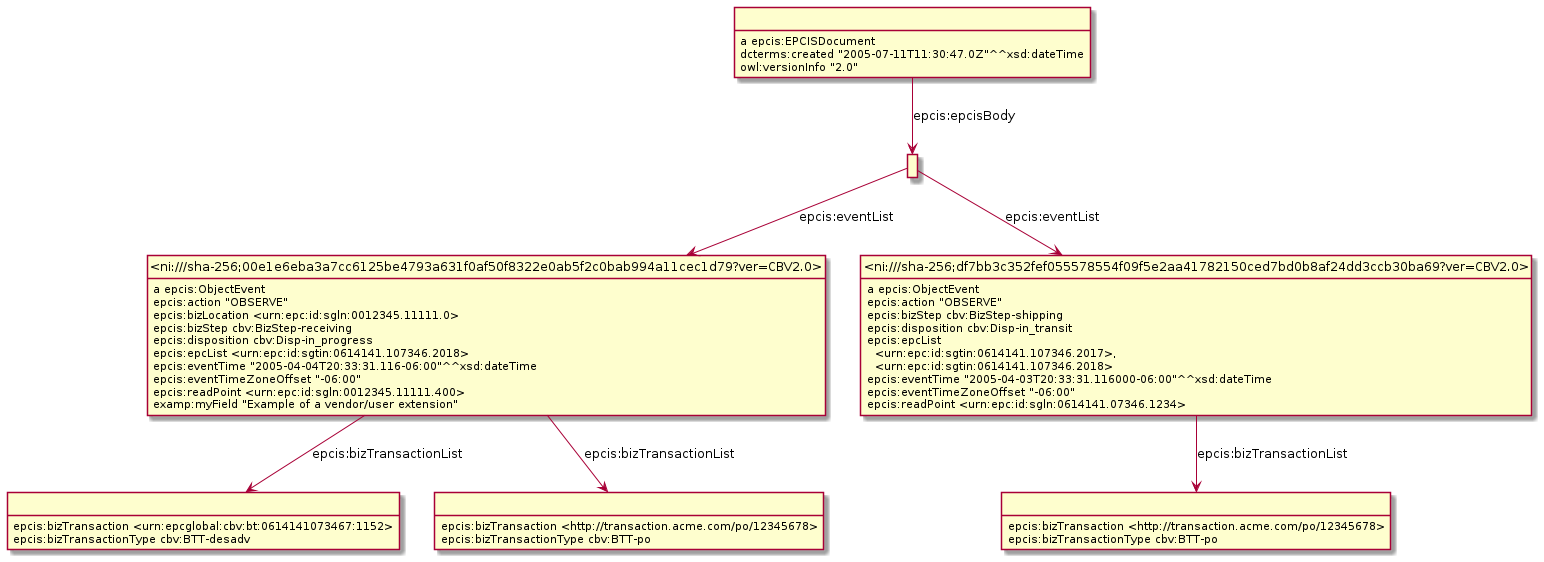
Earlier version of the PlantUML export Diagrams/Example_9.6.1-ObjectEvent.png (gs1/EPCIS).
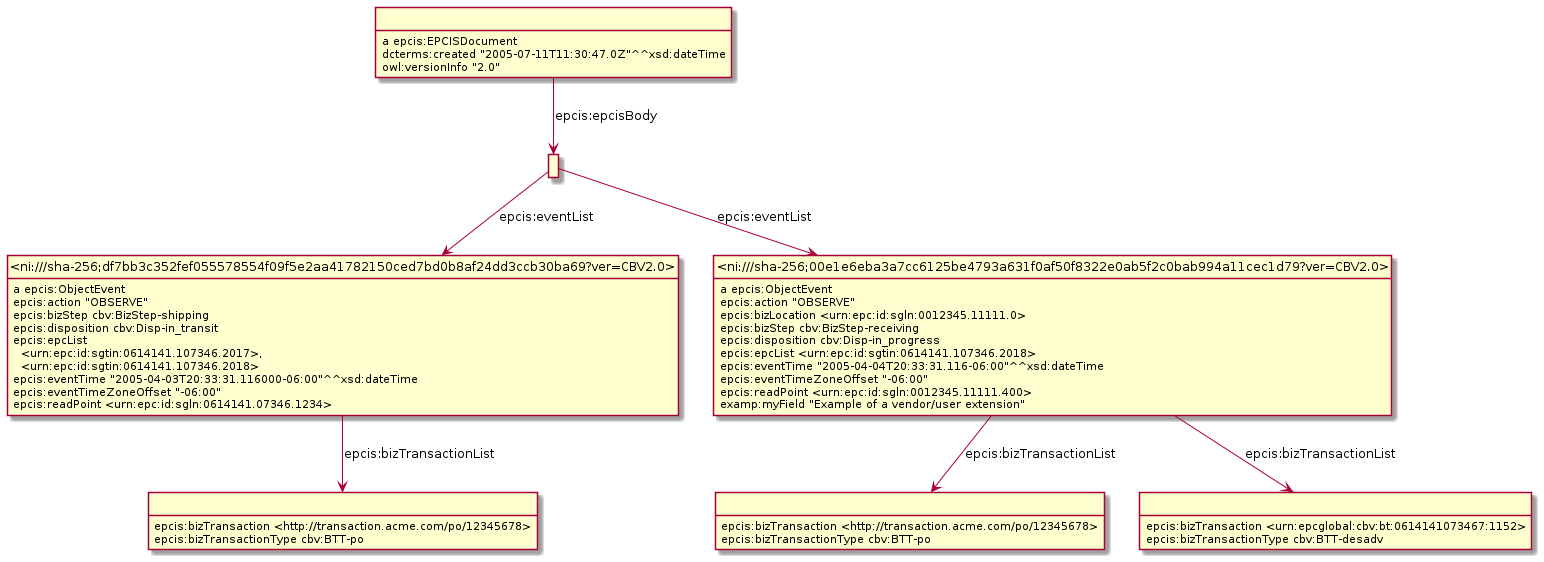
After the commit.

Change to the diagram source:
```diff
@@ -3,23 +3,21 @@
 hide empty attributes
 hide circle
 skinparam classAttributeIconSize 0
-class _r1631887498r0_ as " "
-_r1631887498r0_ : a epcis:EPCISDocument
-class _r1631887498r1_ as " "
-_r1631887498r0_ -down-> _r1631887498r1_ : epcis:epcisBody
-_r1631887498r0_ : dcterms:created "2005-07-11T11:30:47.0Z"^^xsd:dateTime
-_r1631887498r0_ : owl:versionInfo "2.0"
-class _r1631887498r2_ as " "
-_r1631887498r2_ : epcis:bizTransaction <urn:epcglobal:cbv:bt:0614141073467:1152>
-_r1631887498r2_ : epcis:bizTransactionType cbv:BTT-desadv
-class _r1631887498r4_ as " "
-_r1631887498r4_ : epcis:bizTransaction <http://transaction.acme.com/po/12345678>
-_r1631887498r4_ : epcis:bizTransactionType cbv:BTT-po
+class _r1631889684r1_ as " "
+class _ni_sha_256_df7bb3c352fef055578554f09f5e2aa41782150ced7bd0b8af24dd3ccb30ba69_ver_CBV2_0_ as "<ni:///sha-256;df7bb3c352fef055578554f09f5e2aa41782150ced7bd0b8af24dd3ccb30ba69?ver=CBV2.0>"
+_r1631889684r1_ -down-> _ni_sha_256_df7bb3c352fef055578554f09f5e2aa41782150ced7bd0b8af24dd3ccb30ba69_ver_CBV2_0_ : epcis:eventList
 class _ni_sha_256_00e1e6eba3a7cc6125be4793a631f0af50f8322e0ab5f2c0bab994a11cec1d79_ver_CBV2_0_ as "<ni:///sha-256;00e1e6eba3a7cc6125be4793a631f0af50f8322e0ab5f2c0bab994a11cec1d79?ver=CBV2.0>"
+_r1631889684r1_ -down-> _ni_sha_256_00e1e6eba3a7cc6125be4793a631f0af50f8322e0ab5f2c0bab994a11cec1d79_ver_CBV2_0_ : epcis:eventList
+class _r1631889684r0_ as " "
+_r1631889684r0_ : a epcis:EPCISDocument
+_r1631889684r0_ -down-> _r1631889684r1_ : epcis:epcisBody
+_r1631889684r0_ : dcterms:created "2005-07-11T11:30:47.0Z"^^xsd:dateTime
+_r1631889684r0_ : owl:versionInfo "2.0"
 _ni_sha_256_00e1e6eba3a7cc6125be4793a631f0af50f8322e0ab5f2c0bab994a11cec1d79_ver_CBV2_0_ : a epcis:ObjectEvent
-class _r1631887498r3_ as " "
-_ni_sha_256_00e1e6eba3a7cc6125be4793a631f0af50f8322e0ab5f2c0bab994a11cec1d79_ver_CBV2_0_ -down-> _r1631887498r3_ : epcis:bizTransactionList
-_ni_sha_256_00e1e6eba3a7cc6125be4793a631f0af50f8322e0ab5f2c0bab994a11cec1d79_ver_CBV2_0_ -down-> _r1631887498r2_ : epcis:bizTransactionList
+class _r1631889684r3_ as " "
+_ni_sha_256_00e1e6eba3a7cc6125be4793a631f0af50f8322e0ab5f2c0bab994a11cec1d79_ver_CBV2_0_ -down-> _r1631889684r3_ : epcis:bizTransactionList
+class _r1631889684r2_ as " "
+_ni_sha_256_00e1e6eba3a7cc6125be4793a631f0af50f8322e0ab5f2c0bab994a11cec1d79_ver_CBV2_0_ -down-> _r1631889684r2_ : epcis:bizTransactionList
 _ni_sha_256_00e1e6eba3a7cc6125be4793a631f0af50f8322e0ab5f2c0bab994a11cec1d79_ver_CBV2_0_ : epcis:action "OBSERVE"
 _ni_sha_256_00e1e6eba3a7cc6125be4793a631f0af50f8322e0ab5f2c0bab994a11cec1d79_ver_CBV2_0_ : epcis:bizLocation <urn:epc:id:sgln:0012345.11111.0>
 _ni_sha_256_00e1e6eba3a7cc6125be4793a631f0af50f8322e0ab5f2c0bab994a11cec1d79_ver_CBV2_0_ : epcis:bizStep cbv:BizStep-receiving
@@ -29,9 +27,11 @@
 _ni_sha_256_00e1e6eba3a7cc6125be4793a631f0af50f8322e0ab5f2c0bab994a11cec1d79_ver_CBV2_0_ : epcis:eventTimeZoneOffset "-06:00"
 _ni_sha_256_00e1e6eba3a7cc6125be4793a631f0af50f8322e0ab5f2c0bab994a11cec1d79_ver_CBV2_0_ : epcis:readPoint <urn:epc:id:sgln:0012345.11111.400>
 _ni_sha_256_00e1e6eba3a7cc6125be4793a631f0af50f8322e0ab5f2c0bab994a11cec1d79_ver_CBV2_0_ : examp:myField "Example of a vendor/user extension"
-class _ni_sha_256_df7bb3c352fef055578554f09f5e2aa41782150ced7bd0b8af24dd3ccb30ba69_ver_CBV2_0_ as "<ni:///sha-256;df7bb3c352fef055578554f09f5e2aa41782150ced7bd0b8af24dd3ccb30ba69?ver=CBV2.0>"
+_r1631889684r3_ : epcis:bizTransaction <http://transaction.acme.com/po/12345678>
+_r1631889684r3_ : epcis:bizTransactionType cbv:BTT-po
 _ni_sha_256_df7bb3c352fef055578554f09f5e2aa41782150ced7bd0b8af24dd3ccb30ba69_ver_CBV2_0_ : a epcis:ObjectEvent
-_ni_sha_256_df7bb3c352fef055578554f09f5e2aa41782150ced7bd0b8af24dd3ccb30ba69_ver_CBV2_0_ -down-> _r1631887498r4_ : epcis:bizTransactionList
+class _r1631889684r4_ as " "
+_ni_sha_256_df7bb3c352fef055578554f09f5e2aa41782150ced7bd0b8af24dd3ccb30ba69_ver_CBV2_0_ -down-> _r1631889684r4_ : epcis:bizTransactionList
 _ni_sha_256_df7bb3c352fef055578554f09f5e2aa41782150ced7bd0b8af24dd3ccb30ba69_ver_CBV2_0_ : epcis:action "OBSERVE"
 _ni_sha_256_df7bb3c352fef055578554f09f5e2aa41782150ced7bd0b8af24dd3ccb30ba69_ver_CBV2_0_ : epcis:bizStep cbv:BizStep-shipping
 _ni_sha_256_df7bb3c352fef055578554f09f5e2aa41782150ced7bd0b8af24dd3ccb30ba69_ver_CBV2_0_ : epcis:disposition cbv:Disp-in_transit
@@ -39,8 +39,8 @@
 _ni_sha_256_df7bb3c352fef055578554f09f5e2aa41782150ced7bd0b8af24dd3ccb30ba69_ver_CBV2_0_ : epcis:eventTime "2005-04-03T20:33:31.116000-06:00"^^xsd:dateTime
 _ni_sha_256_df7bb3c352fef055578554f09f5e2aa41782150ced7bd0b8af24dd3ccb30ba69_ver_CBV2_0_ : epcis:eventTimeZoneOffset "-06:00"
 _ni_sha_256_df7bb3c352fef055578554f09f5e2aa41782150ced7bd0b8af24dd3ccb30ba69_ver_CBV2_0_ : epcis:readPoint <urn:epc:id:sgln:0614141.07346.1234>
-_r1631887498r3_ : epcis:bizTransaction <http://transaction.acme.com/po/12345678>
-_r1631887498r3_ : epcis:bizTransactionType cbv:BTT-po
-_r1631887498r1_ -down-> _ni_sha_256_00e1e6eba3a7cc6125be4793a631f0af50f8322e0ab5f2c0bab994a11cec1d79_ver_CBV2_0_ : epcis:eventList
-_r1631887498r1_ -down-> _ni_sha_256_df7bb3c352fef055578554f09f5e2aa41782150ced7bd0b8af24dd3ccb30ba69_ver_CBV2_0_ : epcis:eventList
+_r1631889684r2_ : epcis:bizTransaction <urn:epcglobal:cbv:bt:0614141073467:1152>
+_r1631889684r2_ : epcis:bizTransactionType cbv:BTT-desadv
+_r1631889684r4_ : epcis:bizTransaction <http://transaction.acme.com/po/12345678>
+_r1631889684r4_ : epcis:bizTransactionType cbv:BTT-po
 @enduml
```
